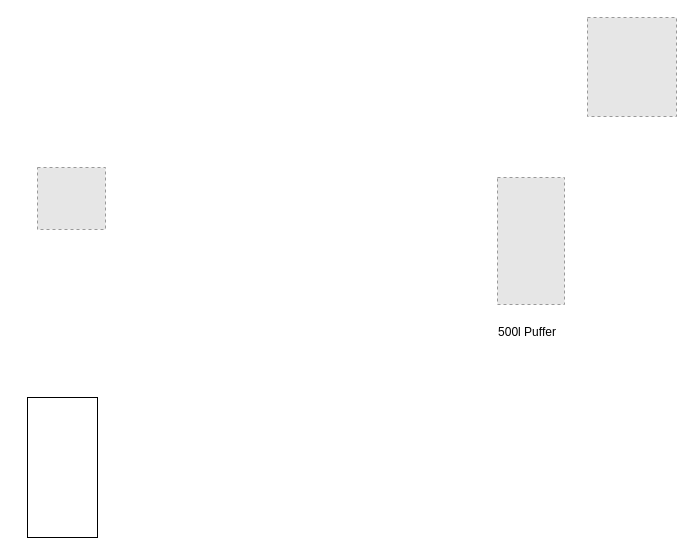
taxilof/FuchsbauHydraulik keeps this draw.io diagram as Fuchsbau_Bestand.drawio. Above is the earlier version. Source tidied: cells renumbered, new cells numbered last; positions are measured from the earlier drawing's top-left corner, leaving out a move shared by most shapes. Both pictures are drawn from the tidied source at 100%, with x=0, y=0 at pixel (27, 17). Pictures stored in the file or linked from it are replaced by grey dashed boxes.
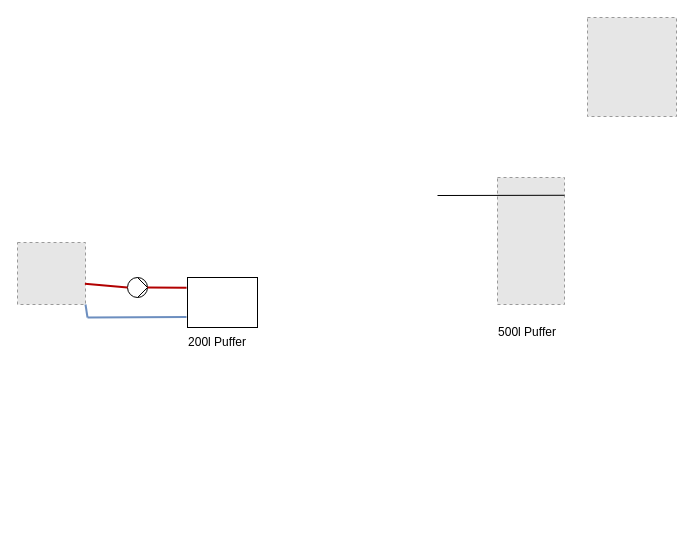
After the change.

Change to the diagram source:
```diff
@@
 <mxGraphModel>
   <root>
     <mxCell id="0" />
     <mxCell id="1" parent="0" />
     <mxCell id="2" style="fillColor=#E6E6E6;strokeColor=#999999;dashed=1;verticalLabelPosition=bottom;labelBackgroundColor=default;verticalAlign=top;" parent="1" vertex="1">
       <mxGeometry x="560" width="89" height="99" as="geometry" />
     </mxCell>
     <mxCell id="3" style="fillColor=#E6E6E6;strokeColor=#999999;dashed=1;verticalLabelPosition=bottom;labelBackgroundColor=default;verticalAlign=top;" parent="1" vertex="1">
-      <mxGeometry x="10" y="150" width="68" height="62" as="geometry" />
+      <mxGeometry x="-10" y="225" width="68" height="62" as="geometry" />
     </mxCell>
-    <mxCell id="4" style="rounded=0;whiteSpace=wrap;html=1;" parent="1" vertex="1">
-      <mxGeometry y="380" width="70" height="140" as="geometry" />
-    </mxCell>
     <mxCell id="5" style="fillColor=#E6E6E6;strokeColor=#999999;dashed=1;verticalLabelPosition=bottom;labelBackgroundColor=default;verticalAlign=top;" parent="1" vertex="1">
       <mxGeometry x="470" y="160" width="67" height="127" as="geometry" />
     </mxCell>
     <mxCell id="6" value="500l Puffer" style="text;html=1;align=center;verticalAlign=middle;whiteSpace=wrap;rounded=0;" parent="1" vertex="1">
       <mxGeometry x="470" y="300" width="60" height="30" as="geometry" />
     </mxCell>
+    <mxCell id="7" style="endArrow=none;html=1;rounded=0;entryX=1;entryY=0.14;entryDx=0;entryDy=0;entryPerimeter=0;" parent="1" edge="1" target="5">
+      <mxGeometry relative="1" as="geometry">
+        <mxPoint x="410" y="178" as="sourcePoint" />
+      </mxGeometry>
+    </mxCell>
+    <mxCell id="8" style="shape=mxgraph.pid.vessels.tank,_vessel;html=1;align=center;verticalLabelPosition=bottom;verticalAlign=top;dashed=0;" parent="1" vertex="1">
+      <mxGeometry x="160" y="260" width="70" height="50" as="geometry" />
+    </mxCell>
+    <mxCell id="9" style="shape=mxgraph.pid.pumps_-_iso.pump_(liquid);html=1;align=center;verticalLabelPosition=bottom;verticalAlign=top;dashed=0;" parent="1" vertex="1">
+      <mxGeometry x="100" y="260" width="20" height="20" as="geometry" />
+    </mxCell>
+    <mxCell id="10" style="endArrow=none;html=1;rounded=0;exitX=0.991;exitY=0.665;exitDx=0;exitDy=0;exitPerimeter=0;entryX=0;entryY=0.5;entryDx=0;entryDy=0;entryPerimeter=0;fillColor=#e51400;strokeColor=#B20000;strokeWidth=2;" parent="1" edge="1" source="3" target="9">
+      <mxGeometry relative="1" as="geometry" />
+    </mxCell>
+    <mxCell id="11" style="endArrow=none;html=1;rounded=0;exitX=1;exitY=0.5;exitDx=0;exitDy=0;exitPerimeter=0;entryX=-0.013;entryY=0.204;entryDx=0;entryDy=0;entryPerimeter=0;fillColor=#e51400;strokeColor=#B20000;strokeWidth=2;" parent="1" edge="1" source="9" target="8">
+      <mxGeometry relative="1" as="geometry" />
+    </mxCell>
+    <mxCell id="12" style="endArrow=none;html=1;rounded=0;entryX=-0.013;entryY=0.204;entryDx=0;entryDy=0;entryPerimeter=0;fillColor=#dae8fc;strokeColor=#6c8ebf;strokeWidth=2;gradientColor=#7ea6e0;" parent="1" edge="1">
+      <mxGeometry relative="1" as="geometry">
+        <mxPoint x="60" y="300" as="sourcePoint" />
+        <mxPoint x="159" y="299.4" as="targetPoint" />
+      </mxGeometry>
+    </mxCell>
+    <mxCell id="13" style="endArrow=none;html=1;rounded=0;entryX=1;entryY=1;entryDx=0;entryDy=0;fillColor=#dae8fc;strokeColor=#6c8ebf;strokeWidth=2;gradientColor=#7ea6e0;" parent="1" edge="1" target="3">
+      <mxGeometry relative="1" as="geometry">
+        <mxPoint x="60" y="300" as="sourcePoint" />
+      </mxGeometry>
+    </mxCell>
+    <mxCell id="14" value="200l Puffer" style="text;html=1;align=center;verticalAlign=middle;whiteSpace=wrap;rounded=0;" parent="1" vertex="1">
+      <mxGeometry x="160" y="310" width="60" height="30" as="geometry" />
+    </mxCell>
   </root>
 </mxGraphModel>
```
